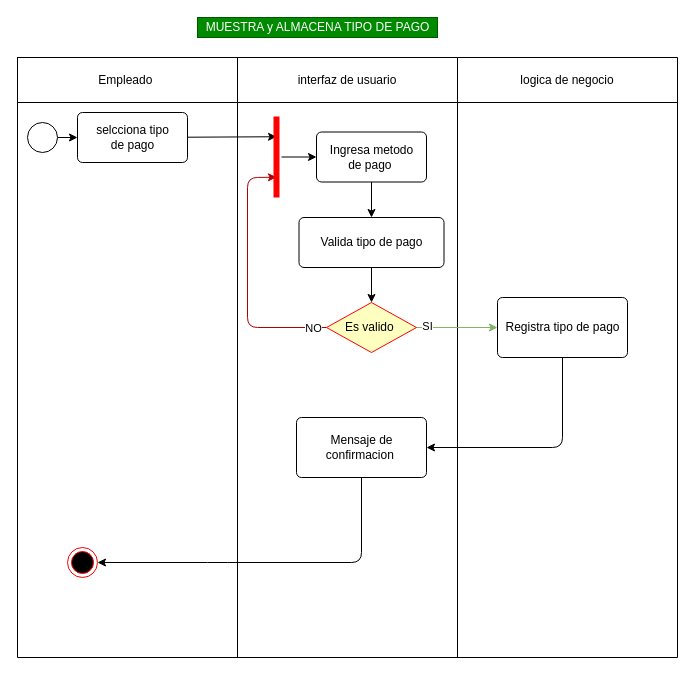
DavidArtavia/Activity_Diagram- keeps this draw.io diagram as DAE.9.1.drawio. Above is the earlier version. Source tidied: cells renumbered, new cells numbered last; positions are measured from the earlier drawing's top-left corner, leaving out a move shared by most shapes. Both pictures are drawn from the tidied source at 100%, with x=0, y=0 at pixel (17, 17).
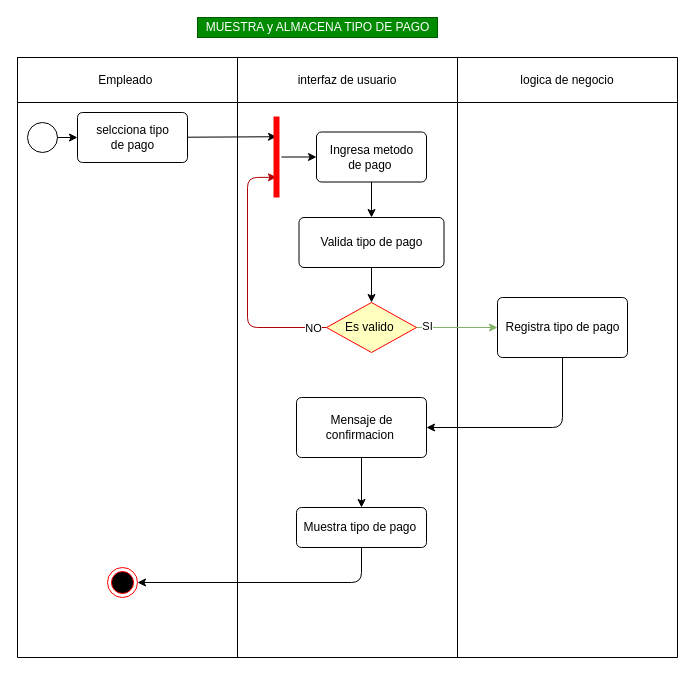
Above is the later version.

Unchanged cells that the change refers to:
```xml
<mxCell id="20" value="&lt;font color=&quot;#000000&quot;&gt;Registra tipo de pago&lt;/font&gt;" style="html=1;align=center;verticalAlign=middle;rounded=1;absoluteArcSize=1;arcSize=10;dashed=0;fillColor=#FFFFFF;" parent="1" vertex="1">
  <mxGeometry x="480" y="280" width="130" height="60" as="geometry" />
</mxCell>
```

The edit, as a diff of the source:
```diff
@@
     <mxCell id="14" style="ellipse;html=1;shape=endState;fillColor=#000000;strokeColor=#ff0000;" parent="1" vertex="1">
-      <mxGeometry x="50" y="530" width="30" height="30" as="geometry" />
+      <mxGeometry x="90" y="550" width="30" height="30" as="geometry" />
     </mxCell>
@@
     <mxCell id="19" style="edgeStyle=none;html=1;entryX=1;entryY=0.5;entryDx=0;entryDy=0;" parent="1" edge="1" source="20" target="22">
       <mxGeometry relative="1" as="geometry">
         <Array as="points">
-          <mxPoint x="545" y="430" />
+          <mxPoint x="545" y="410" />
         </Array>
       </mxGeometry>
     </mxCell>
@@
-    <mxCell id="21" style="edgeStyle=none;html=1;entryX=1;entryY=0.5;entryDx=0;entryDy=0;" parent="1" edge="1" source="22" target="14">
+    <mxCell id="21" style="edgeStyle=none;html=1;entryX=1;entryY=0.5;entryDx=0;entryDy=0;exitX=0.5;exitY=1;exitDx=0;exitDy=0;" parent="1" edge="1" source="33" target="14">
       <mxGeometry relative="1" as="geometry">
         <Array as="points">
-          <mxPoint x="344" y="545" />
-          <mxPoint x="200" y="545" />
+          <mxPoint x="344" y="565" />
         </Array>
       </mxGeometry>
     </mxCell>
+    <mxCell id="32" style="edgeStyle=none;html=1;entryX=0.5;entryY=0;entryDx=0;entryDy=0;" parent="1" edge="1" source="22" target="33">
+      <mxGeometry relative="1" as="geometry" />
+    </mxCell>
     <mxCell id="22" value="&lt;font color=&quot;#000000&quot;&gt;Mensaje de &lt;br&gt;confirmacion&amp;nbsp;&lt;/font&gt;" style="html=1;align=center;verticalAlign=middle;rounded=1;absoluteArcSize=1;arcSize=10;dashed=0;fillColor=#FFFFFF;" parent="1" vertex="1">
-      <mxGeometry x="279" y="400" width="130" height="60" as="geometry" />
+      <mxGeometry x="279" y="380" width="130" height="60" as="geometry" />
     </mxCell>
@@
+    <mxCell id="33" value="&lt;font color=&quot;#000000&quot;&gt;Muestra tipo de pago&amp;nbsp;&lt;/font&gt;" style="html=1;align=center;verticalAlign=middle;rounded=1;absoluteArcSize=1;arcSize=10;dashed=0;fillColor=#FFFFFF;" parent="1" vertex="1">
+      <mxGeometry x="279" y="490" width="130" height="40" as="geometry" />
+    </mxCell>
```
